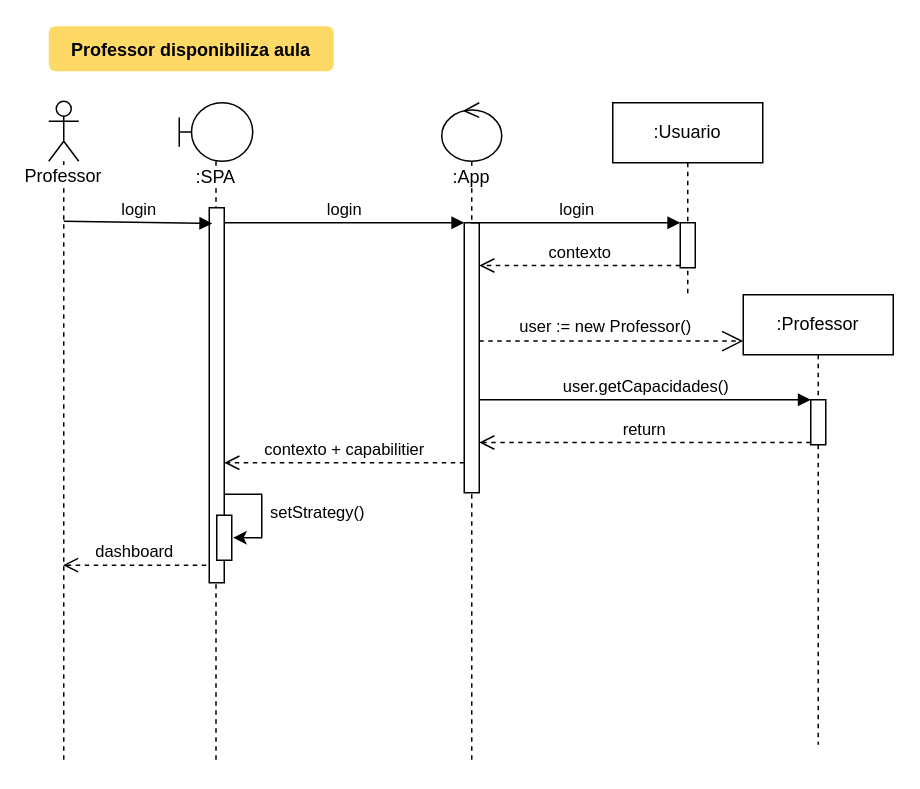
Neandertals/personal keeps this draw.io diagram as sequencia_cria_reserva.drawio. Above is the earlier version. Source tidied: cells renumbered, new cells numbered last; positions are measured from the earlier drawing's top-left corner, leaving out a move shared by most shapes. Both pictures are drawn from the tidied source at 150%, with x=0, y=0 at pixel (48, 26).
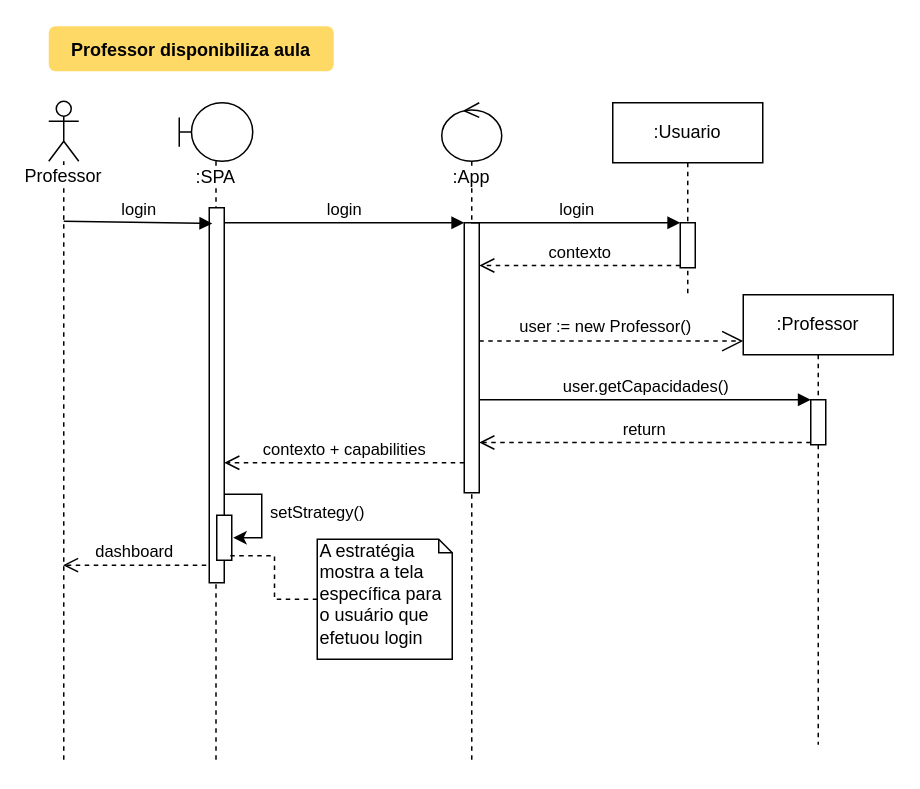
After the change.

Unchanged cells that the change refers to:
```xml
<mxCell id="4" style="html=1;points=[];perimeter=orthogonalPerimeter;" parent="2" vertex="1">
  <mxGeometry x="20" y="70" width="10" height="250" as="geometry" />
</mxCell>
<mxCell id="5" style="html=1;points=[];perimeter=orthogonalPerimeter;" parent="2" vertex="1">
  <mxGeometry x="25" y="275" width="10" height="30" as="geometry" />
</mxCell>
<mxCell id="11" style="html=1;points=[];perimeter=orthogonalPerimeter;" parent="10" vertex="1">
  <mxGeometry x="15" y="80" width="10" height="180" as="geometry" />
</mxCell>
```

What changed in the source:
```diff
@@
-    <mxCell id="13" value="contexto + capabilitier" style="html=1;verticalAlign=bottom;endArrow=open;dashed=1;endSize=8;exitX=0;exitY=0.889;exitDx=0;exitDy=0;exitPerimeter=0;" parent="1" edge="1" source="11" target="4">
+    <mxCell id="13" value="contexto + capabilities" style="html=1;verticalAlign=bottom;endArrow=open;dashed=1;endSize=8;exitX=0;exitY=0.889;exitDx=0;exitDy=0;exitPerimeter=0;" parent="1" edge="1" source="11" target="4">
       <mxGeometry relative="1" as="geometry" />
     </mxCell>
@@
+    <mxCell id="23" style="edgeStyle=orthogonalEdgeStyle;rounded=0;jettySize=auto;html=1;entryX=0.9;entryY=0.9;entryDx=0;entryDy=0;entryPerimeter=0;dashed=1;endArrow=none;endFill=0;" parent="1" edge="1" source="24" target="5">
+      <mxGeometry relative="1" as="geometry" />
+    </mxCell>
+    <mxCell id="24" value="&lt;blockquote style=&quot;margin: 0 0 0 40px ; border: none ; padding: 0px&quot;&gt;&lt;/blockquote&gt;&lt;span&gt;A estratégia&lt;/span&gt;&lt;br&gt;&lt;blockquote style=&quot;margin: 0 0 0 40px ; border: none ; padding: 0px&quot;&gt;&lt;/blockquote&gt;&lt;span&gt;mostra a tela específica para&lt;/span&gt;&lt;br&gt;&lt;blockquote style=&quot;margin: 0 0 0 40px ; border: none ; padding: 0px&quot;&gt; &lt;/blockquote&gt;&lt;span&gt;o usuário que&lt;/span&gt;&lt;br&gt; efetuou login" style="shape=note;whiteSpace=wrap;html=1;size=9;verticalAlign=top;align=left;spacingTop=-6;" parent="1" vertex="1">
+      <mxGeometry x="179" y="342" width="90" height="80" as="geometry" />
+    </mxCell>
```
